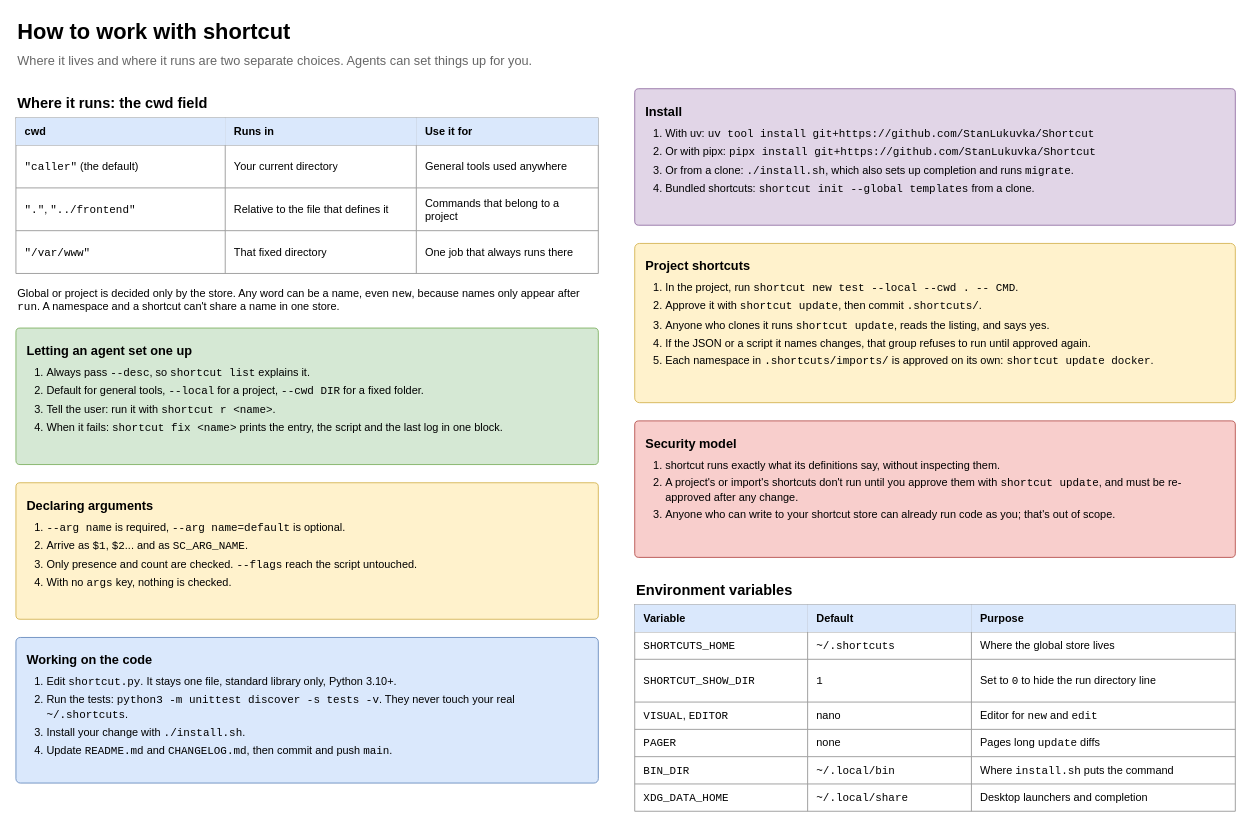
Before: page "3 Working with it" (3 of 5) of docs/shortcut-overview.drawio in StanLukuvka/Shortcut, a draw.io diagram. Source tidied: cells renumbered, new cells numbered last; positions are measured from the earlier drawing's top-left corner, leaving out a move shared by most shapes. Both pictures are drawn from the tidied source at 91%, with x=0, y=0 at pixel (15, 15).
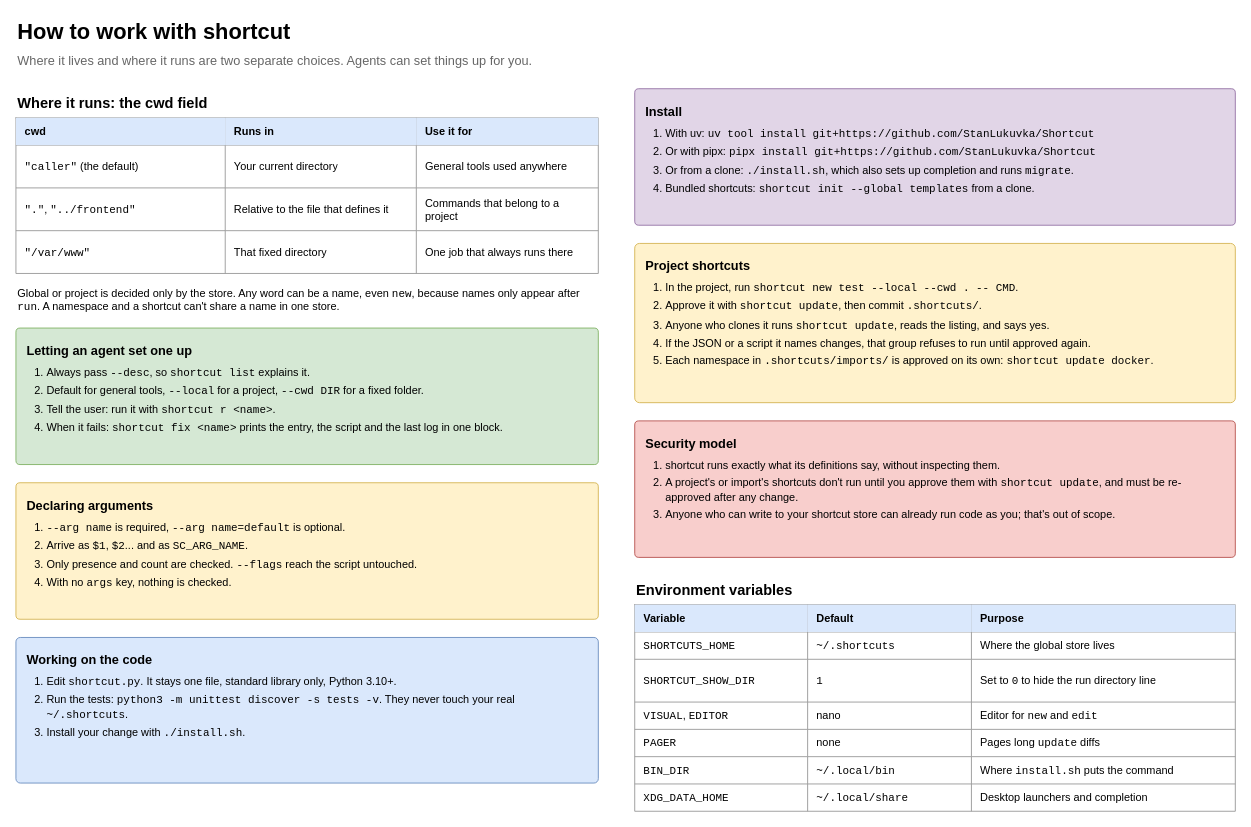
Above is the later version.

Change to the diagram source:
```diff
@@
-    <mxCell id="28" value="&lt;b style='font-size:14px'&gt;Working on the code&lt;/b&gt;&lt;ol style='margin:8px 0 0 0;padding-left:22px'&gt;&lt;li style='margin-bottom:5px'&gt;Edit &lt;font face=&quot;monospace&quot;&gt;shortcut.py&lt;/font&gt;. It stays one file, standard library only, Python 3.10+.&lt;/li&gt;&lt;li style='margin-bottom:5px'&gt;Run the tests: &lt;font face=&quot;monospace&quot;&gt;python3 -m unittest discover -s tests -v&lt;/font&gt;. They never touch your real &lt;font face=&quot;monospace&quot;&gt;~/.shortcuts&lt;/font&gt;.&lt;/li&gt;&lt;li style='margin-bottom:5px'&gt;Install your change with &lt;font face=&quot;monospace&quot;&gt;./install.sh&lt;/font&gt;.&lt;/li&gt;&lt;li style='margin-bottom:5px'&gt;Update &lt;font face=&quot;monospace&quot;&gt;README.md&lt;/font&gt; and &lt;font face=&quot;monospace&quot;&gt;CHANGELOG.md&lt;/font&gt;, then commit and push &lt;font face=&quot;monospace&quot;&gt;main&lt;/font&gt;.&lt;/li&gt;&lt;/ol&gt;" style="rounded=1;whiteSpace=wrap;html=1;arcSize=3;fillColor=#dae8fc;strokeColor=#6c8ebf;fontSize=12;align=left;verticalAlign=top;spacing=12;" parent="1" vertex="1">
+    <mxCell id="28" value="&lt;b style='font-size:14px'&gt;Working on the code&lt;/b&gt;&lt;ol style='margin:8px 0 0 0;padding-left:22px'&gt;&lt;li style='margin-bottom:5px'&gt;Edit &lt;font face=&quot;monospace&quot;&gt;shortcut.py&lt;/font&gt;. It stays one file, standard library only, Python 3.10+.&lt;/li&gt;&lt;li style='margin-bottom:5px'&gt;Run the tests: &lt;font face=&quot;monospace&quot;&gt;python3 -m unittest discover -s tests -v&lt;/font&gt;. They never touch your real &lt;font face=&quot;monospace&quot;&gt;~/.shortcuts&lt;/font&gt;.&lt;/li&gt;&lt;li style='margin-bottom:5px'&gt;Install your change with &lt;font face=&quot;monospace&quot;&gt;./install.sh&lt;/font&gt;.&lt;/li&gt;&lt;/ol&gt;" style="rounded=1;whiteSpace=wrap;html=1;arcSize=3;fillColor=#dae8fc;strokeColor=#6c8ebf;fontSize=12;align=left;verticalAlign=top;spacing=12;" parent="1" vertex="1">
       <mxGeometry y="683" width="640" height="160" as="geometry" />
     </mxCell>
```
